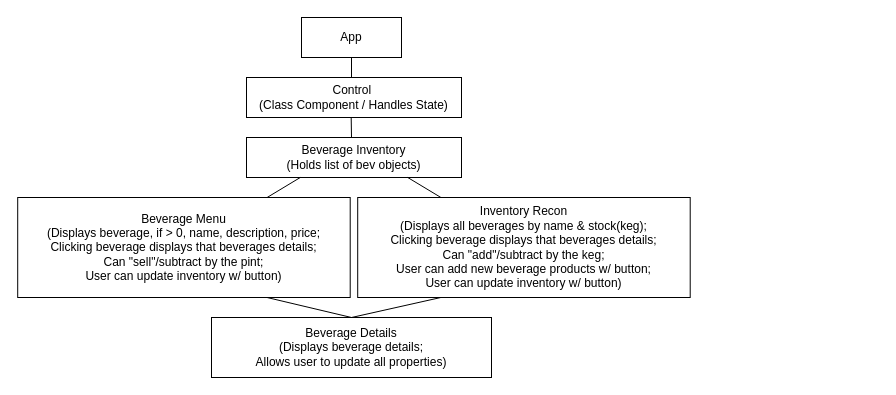
The draw.io diagram plan.drawio in jessi-b/tap-room, before the edit. Source tidied: cells renumbered, new cells numbered last; positions are measured from the earlier drawing's top-left corner, leaving out a move shared by most shapes. Both pictures are drawn from the tidied source at 100%, with x=0, y=0 at pixel (17, 17).
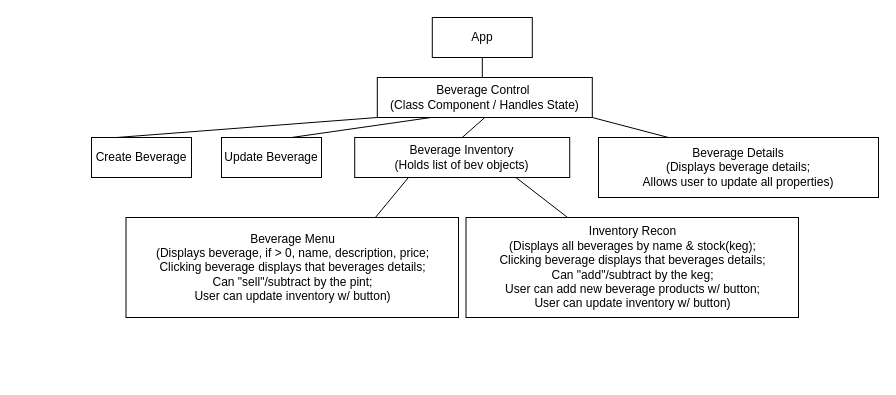
The same diagram, later.

Change to the diagram source:
```diff
@@
 <mxGraphModel>
   <root>
     <mxCell id="0" />
     <mxCell id="1" parent="0" />
     <mxCell id="2" value="App" style="whiteSpace=wrap;html=1;align=center;" parent="1" vertex="1">
-      <mxGeometry x="284" width="100" height="40" as="geometry" />
+      <mxGeometry x="414.8" width="100" height="40" as="geometry" />
     </mxCell>
-    <mxCell id="3" value="Control&amp;nbsp;&lt;br&gt;(Class Component / Handles State)" style="whiteSpace=wrap;html=1;align=center;" parent="1" vertex="1">
-      <mxGeometry x="229" y="60" width="215" height="40" as="geometry" />
+    <mxCell id="3" value="Beverage Control&amp;nbsp;&lt;br&gt;(Class Component / Handles State)" style="whiteSpace=wrap;html=1;align=center;" parent="1" vertex="1">
+      <mxGeometry x="359.8" y="60" width="215" height="40" as="geometry" />
     </mxCell>
     <mxCell id="4" value="Beverage Inventory&lt;br&gt;(Holds list of bev objects)" style="whiteSpace=wrap;html=1;align=center;" parent="1" vertex="1">
-      <mxGeometry x="229" y="120" width="215" height="40" as="geometry" />
+      <mxGeometry x="337.2" y="120" width="215" height="40" as="geometry" />
     </mxCell>
     <mxCell id="5" value="Beverage Details&lt;br&gt;(Displays beverage details;&lt;br&gt;Allows user to update all properties)" style="whiteSpace=wrap;html=1;align=center;" parent="1" vertex="1">
-      <mxGeometry x="194" y="300" width="280" height="60" as="geometry" />
+      <mxGeometry x="581" y="120" width="280" height="60" as="geometry" />
     </mxCell>
     <mxCell id="6" value="Beverage Menu&lt;br&gt;(Displays beverage, if &amp;gt; 0, name, description, price;&lt;br&gt;Clicking beverage displays that beverages details;&lt;br&gt;Can &quot;sell&quot;/subtract by the pint;&lt;br&gt;User can update inventory w/ button)" style="whiteSpace=wrap;html=1;align=center;" parent="1" vertex="1">
-      <mxGeometry x="0.2" y="180" width="332.5" height="100" as="geometry" />
+      <mxGeometry x="108.5" y="200" width="332.5" height="100" as="geometry" />
     </mxCell>
     <mxCell id="7" value="Inventory Recon&lt;br&gt;(Displays all beverages by name &amp;amp; stock(keg);&lt;br&gt;Clicking beverage displays that beverages details;&lt;br&gt;Can &quot;add&quot;/subtract by the keg;&lt;br&gt;User can add new beverage products w/ button;&lt;br&gt;User can update inventory w/ button)" style="whiteSpace=wrap;html=1;align=center;" parent="1" vertex="1">
-      <mxGeometry x="340.2" y="180" width="332.5" height="100" as="geometry" />
+      <mxGeometry x="448.5" y="200" width="332.5" height="100" as="geometry" />
     </mxCell>
     <mxCell id="8" style="endArrow=none;html=1;rounded=0;exitX=0.25;exitY=1;exitDx=0;exitDy=0;entryX=0.75;entryY=0;entryDx=0;entryDy=0;" parent="1" edge="1" source="4" target="6">
       <mxGeometry relative="1" as="geometry" />
     </mxCell>
     <mxCell id="9" style="endArrow=none;html=1;rounded=0;exitX=0.5;exitY=1;exitDx=0;exitDy=0;" parent="1" edge="1" source="2">
       <mxGeometry relative="1" as="geometry">
-        <mxPoint x="334" y="60" as="targetPoint" />
+        <mxPoint x="464.8" y="60" as="targetPoint" />
       </mxGeometry>
     </mxCell>
-    <mxCell id="10" style="endArrow=none;html=1;rounded=0;exitX=0.487;exitY=1.003;exitDx=0;exitDy=0;exitPerimeter=0;" parent="1" edge="1" source="3">
-      <mxGeometry relative="1" as="geometry">
-        <mxPoint x="334" y="120" as="targetPoint" />
-      </mxGeometry>
-    </mxCell>
     <mxCell id="11" style="endArrow=none;html=1;rounded=0;exitX=0.75;exitY=1;exitDx=0;exitDy=0;" parent="1" edge="1" source="4" target="7">
       <mxGeometry relative="1" as="geometry" />
     </mxCell>
-    <mxCell id="12" style="endArrow=none;html=1;rounded=0;exitX=0.75;exitY=1;exitDx=0;exitDy=0;entryX=0.5;entryY=0;entryDx=0;entryDy=0;" parent="1" edge="1" source="6" target="5">
-      <mxGeometry relative="1" as="geometry" />
-    </mxCell>
-    <mxCell id="13" style="endArrow=none;html=1;rounded=0;exitX=0.5;exitY=0;exitDx=0;exitDy=0;entryX=0.25;entryY=1;entryDx=0;entryDy=0;" parent="1" edge="1" source="5" target="7">
-      <mxGeometry relative="1" as="geometry" />
-    </mxCell>
+    <mxCell id="14" value="Update Beverage" style="whiteSpace=wrap;html=1;align=center;" parent="1" vertex="1">
+      <mxGeometry x="204" y="120" width="100" height="40" as="geometry" />
+    </mxCell>
+    <mxCell id="15" value="Create Beverage" style="whiteSpace=wrap;html=1;align=center;" parent="1" vertex="1">
+      <mxGeometry x="74" y="120" width="100" height="40" as="geometry" />
+    </mxCell>
+    <mxCell id="16" style="endArrow=none;html=1;rounded=0;entryX=0;entryY=1;entryDx=0;entryDy=0;exitX=0.25;exitY=0;exitDx=0;exitDy=0;" parent="1" edge="1" source="15" target="3">
+      <mxGeometry relative="1" as="geometry" />
+    </mxCell>
+    <mxCell id="17" style="endArrow=none;html=1;rounded=0;entryX=0.25;entryY=1;entryDx=0;entryDy=0;" parent="1" edge="1" target="3">
+      <mxGeometry relative="1" as="geometry">
+        <mxPoint x="274" y="120" as="sourcePoint" />
+      </mxGeometry>
+    </mxCell>
+    <mxCell id="18" style="endArrow=none;html=1;rounded=0;entryX=1;entryY=1;entryDx=0;entryDy=0;exitX=0.25;exitY=0;exitDx=0;exitDy=0;" parent="1" edge="1" source="5" target="3">
+      <mxGeometry relative="1" as="geometry" />
+    </mxCell>
+    <mxCell id="19" style="endArrow=none;html=1;rounded=0;entryX=0.5;entryY=1;entryDx=0;entryDy=0;exitX=0.5;exitY=0;exitDx=0;exitDy=0;" parent="1" edge="1" source="4" target="3">
+      <mxGeometry relative="1" as="geometry" />
+    </mxCell>
   </root>
 </mxGraphModel>
```
